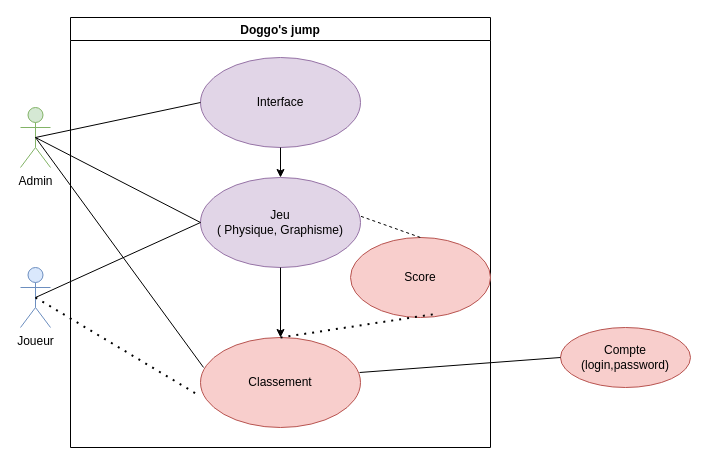
Before: Cas_utilisation.drawio in LaseIo/Doggo-s-Jump, a draw.io diagram. Source tidied: cells renumbered, new cells numbered last; positions are measured from the earlier drawing's top-left corner, leaving out a move shared by most shapes. Both pictures are drawn from the tidied source at 100%, with x=0, y=0 at pixel (20, 17).
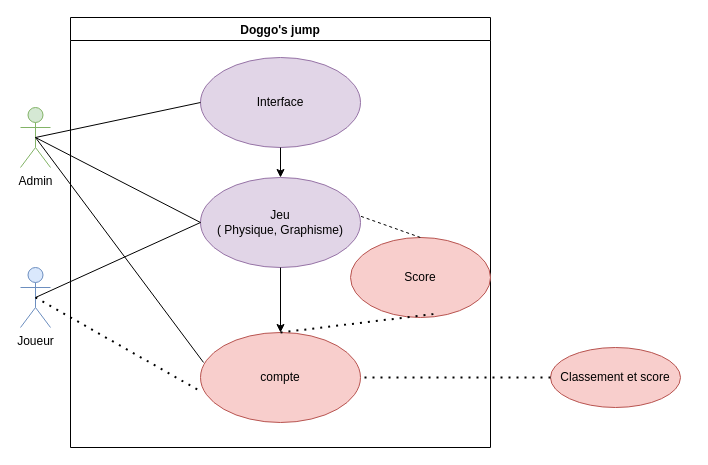
After the change.

Commit message:
Mettre à jour Cas_utilisation.drawio

The change refers to these unchanged cells:
```xml
<mxCell id="4" value="Doggo's jump" style="swimlane;" parent="1" vertex="1">
  <mxGeometry x="50" width="420" height="430" as="geometry" />
</mxCell>
```

The edit, as a diff of the source:
```diff
@@
-    <mxCell id="6" value="Classement" style="ellipse;whiteSpace=wrap;html=1;align=center;newEdgeStyle={&quot;edgeStyle&quot;:&quot;entityRelationEdgeStyle&quot;,&quot;startArrow&quot;:&quot;none&quot;,&quot;endArrow&quot;:&quot;none&quot;,&quot;segment&quot;:10,&quot;curved&quot;:1,&quot;sourcePerimeterSpacing&quot;:0,&quot;targetPerimeterSpacing&quot;:0};fillColor=#f8cecc;strokeColor=#b85450;" parent="4" vertex="1">
-      <mxGeometry x="130" y="320" width="160" height="90" as="geometry" />
+    <mxCell id="6" value="compte" style="ellipse;whiteSpace=wrap;html=1;align=center;newEdgeStyle={&quot;edgeStyle&quot;:&quot;entityRelationEdgeStyle&quot;,&quot;startArrow&quot;:&quot;none&quot;,&quot;endArrow&quot;:&quot;none&quot;,&quot;segment&quot;:10,&quot;curved&quot;:1,&quot;sourcePerimeterSpacing&quot;:0,&quot;targetPerimeterSpacing&quot;:0};fillColor=#f8cecc;strokeColor=#b85450;" parent="4" vertex="1">
+      <mxGeometry x="130" y="315" width="160" height="90" as="geometry" />
     </mxCell>
@@
-    <mxCell id="17" value="Compte&lt;div&gt;(login,password)&lt;/div&gt;" style="ellipse;whiteSpace=wrap;html=1;align=center;newEdgeStyle={&quot;edgeStyle&quot;:&quot;entityRelationEdgeStyle&quot;,&quot;startArrow&quot;:&quot;none&quot;,&quot;endArrow&quot;:&quot;none&quot;,&quot;segment&quot;:10,&quot;curved&quot;:1,&quot;sourcePerimeterSpacing&quot;:0,&quot;targetPerimeterSpacing&quot;:0};fillColor=#f8cecc;strokeColor=#b85450;" parent="1" vertex="1">
-      <mxGeometry x="540" y="310" width="130" height="60" as="geometry" />
-    </mxCell>
-    <mxCell id="18" style="endArrow=none;html=1;rounded=0;entryX=0;entryY=0.5;entryDx=0;entryDy=0;exitX=0.994;exitY=0.389;exitDx=0;exitDy=0;exitPerimeter=0;" parent="1" edge="1" source="6" target="17">
-      <mxGeometry relative="1" as="geometry" />
-    </mxCell>
@@
+    <mxCell id="20" value="Classement et score" style="ellipse;whiteSpace=wrap;html=1;align=center;newEdgeStyle={&quot;edgeStyle&quot;:&quot;entityRelationEdgeStyle&quot;,&quot;startArrow&quot;:&quot;none&quot;,&quot;endArrow&quot;:&quot;none&quot;,&quot;segment&quot;:10,&quot;curved&quot;:1,&quot;sourcePerimeterSpacing&quot;:0,&quot;targetPerimeterSpacing&quot;:0};fillColor=#f8cecc;strokeColor=#b85450;" parent="1" vertex="1">
+      <mxGeometry x="530" y="330" width="130" height="60" as="geometry" />
+    </mxCell>
+    <mxCell id="21" style="endArrow=none;dashed=1;html=1;dashPattern=1 3;strokeWidth=2;rounded=0;exitX=0;exitY=0.5;exitDx=0;exitDy=0;entryX=1;entryY=0.5;entryDx=0;entryDy=0;" parent="1" edge="1" source="20" target="6">
+      <mxGeometry relative="1" as="geometry" />
+    </mxCell>
```
